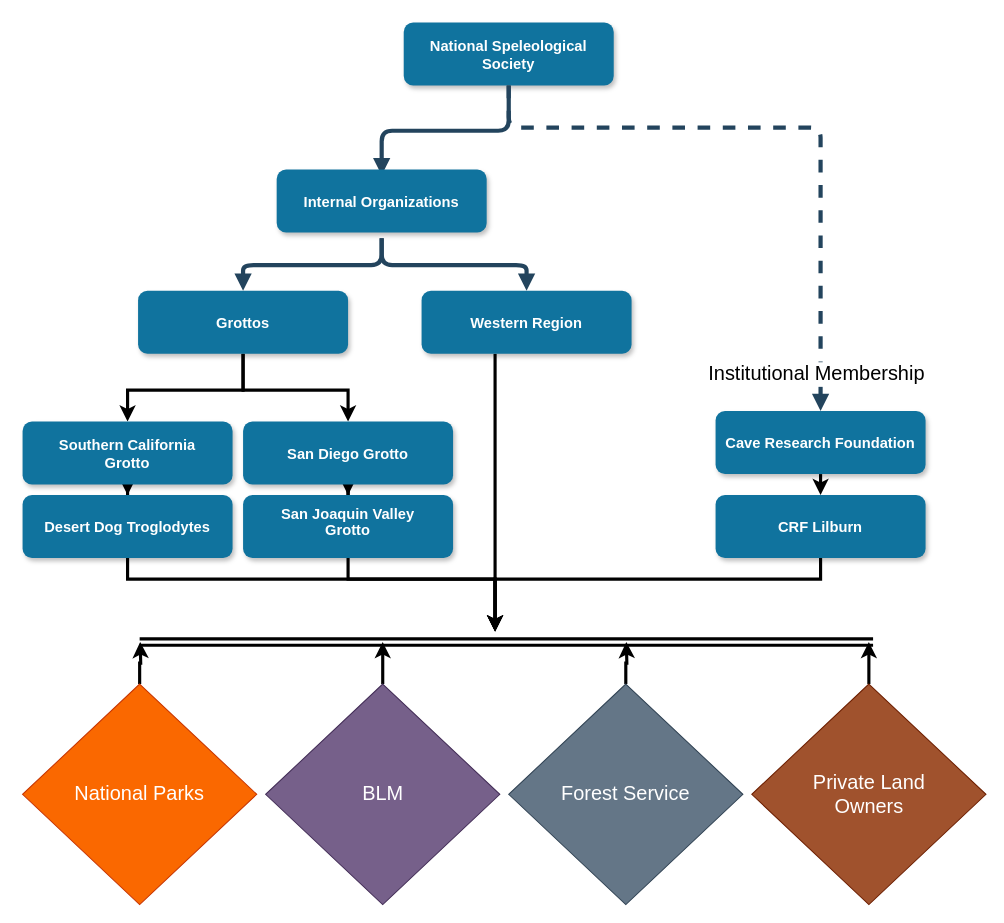
socalgrotto/diagrams keeps this draw.io diagram as Organizations.drawio. Above is the earlier version. Source tidied: cells renumbered, new cells numbered last; positions are measured from the earlier drawing's top-left corner, leaving out a move shared by most shapes. Both pictures are drawn from the tidied source at 105%, with x=0, y=0 at pixel (22, 22).
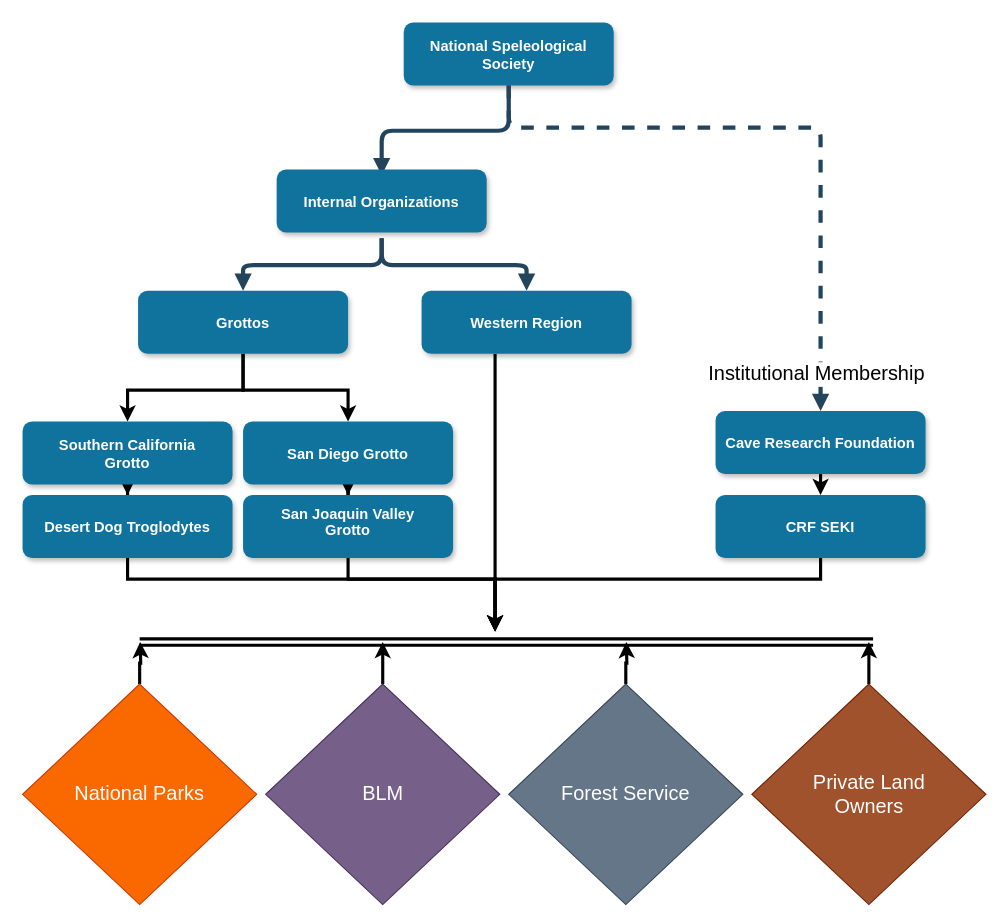
The same diagram, later.

Commit message:
Update CRF name

What changed in the source:
```diff
@@
-    <mxCell id="26" value="CRF Lilburn" style="rounded=1;fillColor=#10739E;strokeColor=none;shadow=1;gradientColor=none;fontStyle=1;fontColor=#FFFFFF;fontSize=14;" parent="1" vertex="1">
+    <mxCell id="26" value="CRF SEKI" style="rounded=1;fillColor=#10739E;strokeColor=none;shadow=1;gradientColor=none;fontStyle=1;fontColor=#FFFFFF;fontSize=14;" parent="1" vertex="1">
       <mxGeometry x="660" y="450" width="200" height="60" as="geometry" />
     </mxCell>
```
